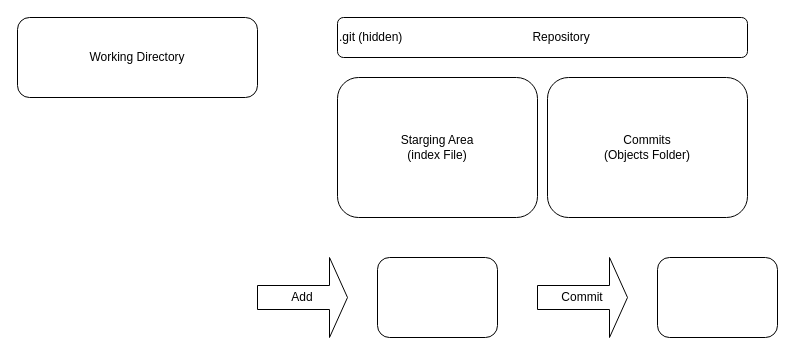
Before: GitPractice.drawio in tyk1hc/drawio, a draw.io diagram. Source tidied: cells renumbered, new cells numbered last; positions are measured from the earlier drawing's top-left corner, leaving out a move shared by most shapes. Both pictures are drawn from the tidied source at 100%, with x=0, y=0 at pixel (17, 17).
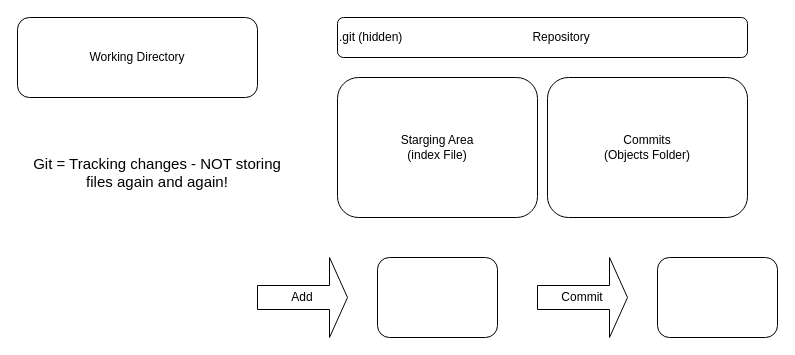
The same diagram, later.

What changed in the source:
```diff
@@
 <mxGraphModel>
   <root>
     <mxCell id="0" />
     <mxCell id="1" parent="0" />
     <mxCell id="2" value="Working Directory" style="rounded=1;whiteSpace=wrap;html=1;" parent="1" vertex="1">
       <mxGeometry width="240" height="80" as="geometry" />
     </mxCell>
     <mxCell id="3" value="&lt;div align=&quot;left&quot;&gt;.git (hidden)&amp;nbsp;&amp;nbsp;&amp;nbsp;&amp;nbsp;&amp;nbsp;&amp;nbsp;&amp;nbsp;&amp;nbsp;&amp;nbsp;&amp;nbsp;&amp;nbsp;&amp;nbsp;&amp;nbsp;&amp;nbsp;&amp;nbsp;&amp;nbsp;&amp;nbsp;&amp;nbsp;&amp;nbsp;&amp;nbsp;&amp;nbsp;&amp;nbsp;&amp;nbsp;&amp;nbsp;&amp;nbsp;&amp;nbsp;&amp;nbsp;&amp;nbsp;&amp;nbsp;&amp;nbsp;&amp;nbsp;&amp;nbsp;&amp;nbsp;&amp;nbsp;&amp;nbsp;&amp;nbsp;&amp;nbsp;&amp;nbsp; Repository&lt;br&gt;&lt;/div&gt;" style="rounded=1;whiteSpace=wrap;html=1;align=left;" parent="1" vertex="1">
       <mxGeometry x="320" width="410" height="40" as="geometry" />
     </mxCell>
     <mxCell id="4" value="Starging Area&lt;br&gt;(index File)" style="rounded=1;whiteSpace=wrap;html=1;" parent="1" vertex="1">
       <mxGeometry x="320" y="60" width="200" height="140" as="geometry" />
     </mxCell>
     <mxCell id="5" value="Commits&lt;br&gt;(Objects Folder)" style="rounded=1;whiteSpace=wrap;html=1;" parent="1" vertex="1">
       <mxGeometry x="530" y="60" width="200" height="140" as="geometry" />
     </mxCell>
     <mxCell id="6" value="Add" style="shape=singleArrow;whiteSpace=wrap;html=1;" parent="1" vertex="1">
       <mxGeometry x="240" y="240" width="90" height="80" as="geometry" />
     </mxCell>
     <mxCell id="7" style="rounded=1;whiteSpace=wrap;html=1;" parent="1" vertex="1">
       <mxGeometry x="360" y="240" width="120" height="80" as="geometry" />
     </mxCell>
     <mxCell id="8" value="Commit" style="shape=singleArrow;whiteSpace=wrap;html=1;" parent="1" vertex="1">
       <mxGeometry x="520" y="240" width="90" height="80" as="geometry" />
     </mxCell>
     <mxCell id="9" style="rounded=1;whiteSpace=wrap;html=1;" parent="1" vertex="1">
       <mxGeometry x="640" y="240" width="120" height="80" as="geometry" />
     </mxCell>
+    <mxCell id="10" value="&lt;font style=&quot;font-size: 15px;&quot;&gt;Git = Tracking changes - NOT storing files again and again!&lt;/font&gt;" style="text;html=1;align=center;verticalAlign=middle;whiteSpace=wrap;rounded=0;" parent="1" vertex="1">
+      <mxGeometry y="120" width="280" height="70" as="geometry" />
+    </mxCell>
   </root>
 </mxGraphModel>
```
